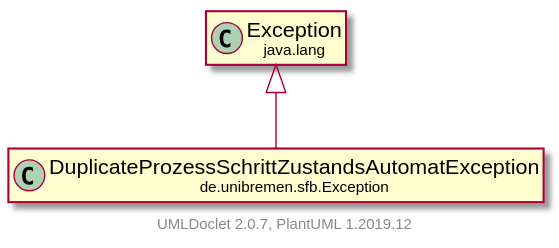
fkehlenb/softwareprojekt-2 keeps this PlantUML diagram as doc/UML/modulsichtSVG/DuplicateProzessSchrittZustandsAutomatException.svg. Above is the earlier version. Its diagram source:
```plantuml
@startuml
    set namespaceSeparator none
    hide empty fields
    hide empty methods

    class "<size:14>DuplicateProzessSchrittZustandsAutomatException\n<size:10>de.unibremen.sfb.Exception" as de.unibremen.sfb.Exception.DuplicateProzessSchrittZustandsAutomatException [[DuplicateProzessSchrittZustandsAutomatException.html]]

    class "<size:14>Exception\n<size:10>java.lang" as java.lang.Exception [[https://docs.oracle.com/en/java/javase/11/docs/api/java.base/java/lang/Exception.html?is-external=true]]

    java.lang.Exception <|-- de.unibremen.sfb.Exception.DuplicateProzessSchrittZustandsAutomatException

    center footer UMLDoclet 2.0.7, PlantUML 1.2019.12
@enduml
```
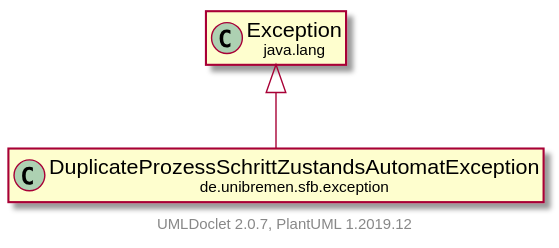
The same file after the commit.

Diff of the diagram source:
```diff
@@ -3,11 +3,11 @@
     hide empty fields
     hide empty methods
 
-    class "<size:14>DuplicateProzessSchrittZustandsAutomatException\n<size:10>de.unibremen.sfb.Exception" as de.unibremen.sfb.Exception.DuplicateProzessSchrittZustandsAutomatException [[DuplicateProzessSchrittZustandsAutomatException.html]]
+    class "<size:14>DuplicateProzessSchrittZustandsAutomatException\n<size:10>de.unibremen.sfb.exception" as de.unibremen.sfb.exception.DuplicateProzessSchrittZustandsAutomatException [[DuplicateProzessSchrittZustandsAutomatException.html]]
 
-    class "<size:14>Exception\n<size:10>java.lang" as java.lang.Exception [[https://docs.oracle.com/en/java/javase/11/docs/api/java.base/java/lang/Exception.html?is-external=true]]
+    class "<size:14>exception\n<size:10>java.lang" as java.lang.exception [[https://docs.oracle.com/en/java/javase/11/docs/api/java.base/java/lang/Exception.html?is-external=true]]
 
-    java.lang.Exception <|-- de.unibremen.sfb.Exception.DuplicateProzessSchrittZustandsAutomatException
+    java.lang.exception <|-- de.unibremen.sfb.exception.DuplicateProzessSchrittZustandsAutomatException
 
     center footer UMLDoclet 2.0.7, PlantUML 1.2019.12
 @enduml
```
